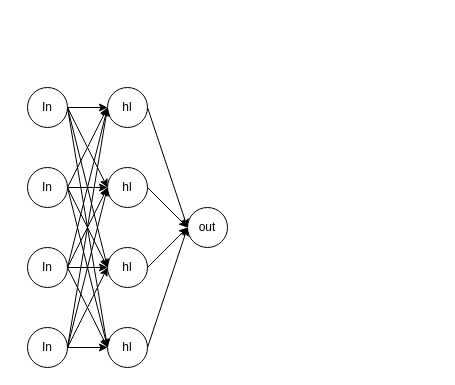
Before: ptf/Untitled Diagram.drawio in ItsaiKara/machineLearning, a draw.io diagram. Source tidied: cells renumbered, new cells numbered last; positions are measured from the earlier drawing's top-left corner, leaving out a move shared by most shapes. Both pictures are drawn from the tidied source at 100%, with x=0, y=0 at pixel (27, 87).
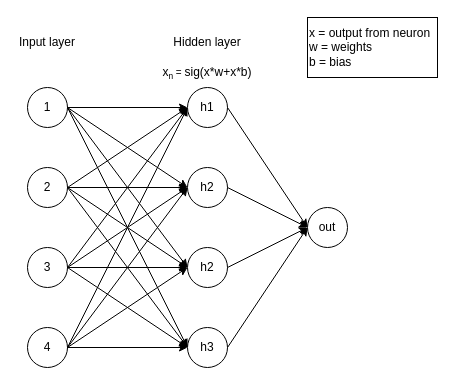
Above is the later version.

What changed in the source:
```diff
@@
+    <mxCell id="3" value="1" style="ellipse;whiteSpace=wrap;html=1;" parent="1" vertex="1">
+      <mxGeometry width="40" height="40" as="geometry" />
+    </mxCell>
+    <mxCell id="5" value="2" style="ellipse;whiteSpace=wrap;html=1;" parent="1" vertex="1">
+      <mxGeometry y="80" width="40" height="40" as="geometry" />
+    </mxCell>
+    <mxCell id="7" value="3" style="ellipse;whiteSpace=wrap;html=1;" parent="1" vertex="1">
+      <mxGeometry y="160" width="40" height="40" as="geometry" />
+    </mxCell>
+    <mxCell id="9" value="4" style="ellipse;whiteSpace=wrap;html=1;" parent="1" vertex="1">
+      <mxGeometry y="240" width="40" height="40" as="geometry" />
+    </mxCell>
+    <mxCell id="13" value="h3" style="ellipse;whiteSpace=wrap;html=1;" parent="1" vertex="1">
+      <mxGeometry x="160" y="240" width="40" height="40" as="geometry" />
+    </mxCell>
+    <mxCell id="14" value="out" style="ellipse;whiteSpace=wrap;html=1;" parent="1" vertex="1">
+      <mxGeometry x="280" y="120" width="40" height="40" as="geometry" />
+    </mxCell>
-    <mxCell id="2" style="edgeStyle=orthogonalEdgeStyle;rounded=0;jettySize=auto;html=1;exitX=1;exitY=0.5;exitDx=0;exitDy=0;entryX=0;entryY=0.5;entryDx=0;entryDy=0;" parent="1" edge="1" source="3" target="10">
+    <mxCell id="2" style="endArrow=classic;html=1;rounded=0;exitX=1;exitY=0.5;exitDx=0;exitDy=0;entryX=0;entryY=0.5;entryDx=0;entryDy=0;" parent="1" edge="1" source="3" target="10">
       <mxGeometry relative="1" as="geometry" />
     </mxCell>
-    <mxCell id="3" value="In" style="ellipse;whiteSpace=wrap;html=1;" parent="1" vertex="1">
-      <mxGeometry width="40" height="40" as="geometry" />
-    </mxCell>
-    <mxCell id="4" style="edgeStyle=orthogonalEdgeStyle;rounded=0;jettySize=auto;html=1;exitX=1;exitY=0.5;exitDx=0;exitDy=0;entryX=0;entryY=0.5;entryDx=0;entryDy=0;" parent="1" edge="1" source="5" target="11">
+    <mxCell id="4" style="endArrow=classic;html=1;rounded=0;exitX=1;exitY=0.5;exitDx=0;exitDy=0;entryX=0;entryY=0.5;entryDx=0;entryDy=0;" parent="1" edge="1" source="5" target="11">
       <mxGeometry relative="1" as="geometry" />
     </mxCell>
-    <mxCell id="5" value="In" style="ellipse;whiteSpace=wrap;html=1;" parent="1" vertex="1">
-      <mxGeometry y="80" width="40" height="40" as="geometry" />
-    </mxCell>
-    <mxCell id="6" style="edgeStyle=orthogonalEdgeStyle;rounded=0;jettySize=auto;html=1;exitX=1;exitY=0.5;exitDx=0;exitDy=0;" parent="1" edge="1" source="7" target="12">
+    <mxCell id="6" style="endArrow=classic;html=1;rounded=0;exitX=1;exitY=0.5;exitDx=0;exitDy=0;entryX=0;entryY=0.5;entryDx=0;entryDy=0;" parent="1" edge="1" source="7" target="12">
       <mxGeometry relative="1" as="geometry" />
     </mxCell>
-    <mxCell id="7" value="In" style="ellipse;whiteSpace=wrap;html=1;" parent="1" vertex="1">
-      <mxGeometry y="160" width="40" height="40" as="geometry" />
-    </mxCell>
-    <mxCell id="8" style="edgeStyle=orthogonalEdgeStyle;rounded=0;jettySize=auto;html=1;exitX=1;exitY=0.5;exitDx=0;exitDy=0;" parent="1" edge="1" source="9" target="13">
+    <mxCell id="8" style="endArrow=classic;html=1;rounded=0;exitX=1;exitY=0.5;exitDx=0;exitDy=0;entryX=0;entryY=0.5;entryDx=0;entryDy=0;" parent="1" edge="1" source="9" target="13">
       <mxGeometry relative="1" as="geometry" />
     </mxCell>
-    <mxCell id="9" value="In" style="ellipse;whiteSpace=wrap;html=1;" parent="1" vertex="1">
-      <mxGeometry y="240" width="40" height="40" as="geometry" />
-    </mxCell>
+    <mxCell id="31" style="endArrow=classic;html=1;rounded=0;exitX=1;exitY=0.5;exitDx=0;exitDy=0;entryX=0;entryY=0.5;entryDx=0;entryDy=0;" parent="1" edge="1" source="9" target="12">
+      <mxGeometry relative="1" as="geometry" />
+    </mxCell>
+    <mxCell id="32" style="endArrow=classic;html=1;rounded=0;exitX=1;exitY=0.5;exitDx=0;exitDy=0;entryX=0;entryY=0.5;entryDx=0;entryDy=0;" parent="1" edge="1" source="9" target="11">
+      <mxGeometry relative="1" as="geometry" />
+    </mxCell>
+    <mxCell id="33" style="endArrow=classic;html=1;rounded=0;exitX=1;exitY=0.5;exitDx=0;exitDy=0;entryX=0;entryY=0.5;entryDx=0;entryDy=0;" parent="1" edge="1" source="9" target="10">
+      <mxGeometry relative="1" as="geometry" />
+    </mxCell>
+    <mxCell id="34" style="endArrow=classic;html=1;rounded=0;exitX=1;exitY=0.5;exitDx=0;exitDy=0;entryX=0;entryY=0.5;entryDx=0;entryDy=0;" parent="1" edge="1" source="7" target="13">
+      <mxGeometry relative="1" as="geometry" />
+    </mxCell>
+    <mxCell id="35" style="endArrow=classic;html=1;rounded=0;exitX=1;exitY=0.5;exitDx=0;exitDy=0;entryX=0;entryY=0.5;entryDx=0;entryDy=0;" parent="1" edge="1" source="7" target="11">
+      <mxGeometry relative="1" as="geometry" />
+    </mxCell>
+    <mxCell id="36" style="endArrow=classic;html=1;rounded=0;exitX=1;exitY=0.5;exitDx=0;exitDy=0;entryX=0;entryY=0.5;entryDx=0;entryDy=0;" parent="1" edge="1" source="7" target="10">
+      <mxGeometry relative="1" as="geometry" />
+    </mxCell>
+    <mxCell id="37" style="endArrow=classic;html=1;rounded=0;exitX=1;exitY=0.5;exitDx=0;exitDy=0;entryX=0;entryY=0.5;entryDx=0;entryDy=0;" parent="1" edge="1" source="5" target="13">
+      <mxGeometry relative="1" as="geometry" />
+    </mxCell>
+    <mxCell id="38" style="endArrow=classic;html=1;rounded=0;exitX=1;exitY=0.5;exitDx=0;exitDy=0;entryX=0;entryY=0.5;entryDx=0;entryDy=0;" parent="1" edge="1" source="5" target="12">
+      <mxGeometry relative="1" as="geometry" />
+    </mxCell>
+    <mxCell id="39" style="endArrow=classic;html=1;rounded=0;exitX=1;exitY=0.5;exitDx=0;exitDy=0;entryX=0;entryY=0.5;entryDx=0;entryDy=0;" parent="1" edge="1" source="5" target="10">
+      <mxGeometry relative="1" as="geometry" />
+    </mxCell>
+    <mxCell id="40" style="endArrow=classic;html=1;rounded=0;exitX=1;exitY=0.5;exitDx=0;exitDy=0;entryX=0;entryY=0.5;entryDx=0;entryDy=0;" parent="1" edge="1" source="3" target="11">
+      <mxGeometry relative="1" as="geometry" />
+    </mxCell>
+    <mxCell id="41" style="endArrow=classic;html=1;rounded=0;exitX=1;exitY=0.5;exitDx=0;exitDy=0;entryX=0;entryY=0.5;entryDx=0;entryDy=0;" parent="1" edge="1" source="3" target="12">
+      <mxGeometry relative="1" as="geometry" />
+    </mxCell>
+    <mxCell id="26" style="endArrow=classic;html=1;rounded=0;exitX=1;exitY=0.5;exitDx=0;exitDy=0;entryX=0;entryY=0.5;entryDx=0;entryDy=0;" parent="1" edge="1" source="3" target="13">
+      <mxGeometry relative="1" as="geometry" />
+    </mxCell>
+    <mxCell id="42" value="Input layer" style="text;html=1;strokeColor=none;fillColor=none;align=center;verticalAlign=middle;whiteSpace=wrap;rounded=0;" parent="1" vertex="1">
+      <mxGeometry x="-10" y="-60" width="60" height="30" as="geometry" />
+    </mxCell>
+    <mxCell id="43" value="Hidden layer" style="text;html=1;strokeColor=none;fillColor=none;align=center;verticalAlign=middle;whiteSpace=wrap;rounded=0;" parent="1" vertex="1">
+      <mxGeometry x="140" y="-60" width="80" height="30" as="geometry" />
+    </mxCell>
+    <mxCell id="44" value="x&lt;span style=&quot;font-size: 10px&quot;&gt;&lt;sub&gt;n&lt;/sub&gt;&amp;nbsp;=&amp;nbsp;&lt;/span&gt;sig(x*w+x*b)" style="text;html=1;strokeColor=none;fillColor=none;align=center;verticalAlign=middle;whiteSpace=wrap;rounded=0;" parent="1" vertex="1">
+      <mxGeometry x="120" y="-30" width="120" height="30" as="geometry" />
+    </mxCell>
+    <mxCell id="45" style="group;" parent="1" vertex="1">
+      <mxGeometry x="280" y="-70" width="130" height="60" as="geometry" />
+    </mxCell>
+    <mxCell id="46" value="x = output from neuron&lt;br&gt;w = weights&lt;br&gt;b = bias" style="text;html=1;strokeColor=none;fillColor=none;align=left;verticalAlign=middle;whiteSpace=wrap;rounded=0;" parent="45" vertex="1">
+      <mxGeometry y="10" width="130" height="40" as="geometry" />
+    </mxCell>
+    <mxCell id="47" style="rounded=0;whiteSpace=wrap;html=1;fillColor=none;" parent="45" vertex="1">
+      <mxGeometry width="130" height="60" as="geometry" />
+    </mxCell>
+    <mxCell id="48" style="group;" parent="1" vertex="1">
+      <mxGeometry x="160" width="40" height="260" as="geometry" />
+    </mxCell>
-    <mxCell id="10" value="hl" style="ellipse;whiteSpace=wrap;html=1;" parent="1" vertex="1">
-      <mxGeometry x="80" width="40" height="40" as="geometry" />
+    <mxCell id="10" value="h1" style="ellipse;whiteSpace=wrap;html=1;" parent="48" vertex="1">
+      <mxGeometry width="40" height="40" as="geometry" />
     </mxCell>
-    <mxCell id="11" value="hl" style="ellipse;whiteSpace=wrap;html=1;" parent="1" vertex="1">
-      <mxGeometry x="80" y="80" width="40" height="40" as="geometry" />
+    <mxCell id="11" value="h2" style="ellipse;whiteSpace=wrap;html=1;" parent="48" vertex="1">
+      <mxGeometry y="80" width="40" height="40" as="geometry" />
     </mxCell>
-    <mxCell id="12" value="hl" style="ellipse;whiteSpace=wrap;html=1;" parent="1" vertex="1">
-      <mxGeometry x="80" y="160" width="40" height="40" as="geometry" />
+    <mxCell id="12" value="h2" style="ellipse;whiteSpace=wrap;html=1;" parent="48" vertex="1">
+      <mxGeometry y="160" width="40" height="40" as="geometry" />
     </mxCell>
-    <mxCell id="13" value="hl" style="ellipse;whiteSpace=wrap;html=1;" parent="1" vertex="1">
-      <mxGeometry x="80" y="240" width="40" height="40" as="geometry" />
-    </mxCell>
-    <mxCell id="14" value="out" style="ellipse;whiteSpace=wrap;html=1;" parent="1" vertex="1">
-      <mxGeometry x="160" y="120" width="40" height="40" as="geometry" />
-    </mxCell>
-    <mxCell id="15" style="endArrow=classic;html=1;entryX=0;entryY=0.5;entryDx=0;entryDy=0;" parent="1" edge="1" target="11">
-      <mxGeometry relative="1" as="geometry">
-        <mxPoint x="40" y="20" as="sourcePoint" />
-      </mxGeometry>
-    </mxCell>
-    <mxCell id="16" style="endArrow=classic;html=1;entryX=0;entryY=0.5;entryDx=0;entryDy=0;" parent="1" edge="1">
-      <mxGeometry relative="1" as="geometry">
-        <mxPoint x="40" y="100" as="sourcePoint" />
-        <mxPoint x="80" y="180" as="targetPoint" />
-      </mxGeometry>
-    </mxCell>
-    <mxCell id="17" style="endArrow=classic;html=1;entryX=0;entryY=0.5;entryDx=0;entryDy=0;" parent="1" edge="1" target="12">
-      <mxGeometry relative="1" as="geometry">
-        <mxPoint x="40" y="260" as="sourcePoint" />
-      </mxGeometry>
-    </mxCell>
-    <mxCell id="18" style="endArrow=classic;html=1;entryX=0;entryY=0.5;entryDx=0;entryDy=0;" parent="1" edge="1" target="10">
-      <mxGeometry relative="1" as="geometry">
-        <mxPoint x="40" y="100" as="sourcePoint" />
-      </mxGeometry>
-    </mxCell>
-    <mxCell id="19" style="endArrow=classic;html=1;entryX=0;entryY=0.5;entryDx=0;entryDy=0;" parent="1" edge="1">
-      <mxGeometry relative="1" as="geometry">
-        <mxPoint x="40" y="180" as="sourcePoint" />
-        <mxPoint x="80" y="260" as="targetPoint" />
-      </mxGeometry>
-    </mxCell>
-    <mxCell id="20" style="endArrow=classic;html=1;entryX=0;entryY=0.5;entryDx=0;entryDy=0;" parent="1" edge="1">
-      <mxGeometry relative="1" as="geometry">
-        <mxPoint x="40" y="180" as="sourcePoint" />
-        <mxPoint x="80" y="100" as="targetPoint" />
-      </mxGeometry>
-    </mxCell>
-    <mxCell id="21" style="endArrow=classic;html=1;entryX=0;entryY=0.5;entryDx=0;entryDy=0;" parent="1" edge="1" target="11">
-      <mxGeometry relative="1" as="geometry">
-        <mxPoint x="40" y="260" as="sourcePoint" />
-      </mxGeometry>
-    </mxCell>
-    <mxCell id="22" style="endArrow=classic;html=1;entryX=0;entryY=0.5;entryDx=0;entryDy=0;" parent="1" edge="1">
-      <mxGeometry relative="1" as="geometry">
-        <mxPoint x="40" y="180" as="sourcePoint" />
-        <mxPoint x="80" y="20" as="targetPoint" />
-      </mxGeometry>
-    </mxCell>
-    <mxCell id="23" style="endArrow=classic;html=1;" parent="1" edge="1">
-      <mxGeometry relative="1" as="geometry">
-        <mxPoint x="40" y="20" as="sourcePoint" />
-        <mxPoint x="80" y="180" as="targetPoint" />
-      </mxGeometry>
-    </mxCell>
-    <mxCell id="24" style="endArrow=classic;html=1;" parent="1" edge="1">
-      <mxGeometry relative="1" as="geometry">
-        <mxPoint x="40" y="100" as="sourcePoint" />
-        <mxPoint x="80" y="260" as="targetPoint" />
-      </mxGeometry>
-    </mxCell>
-    <mxCell id="25" style="endArrow=classic;html=1;entryX=0;entryY=0.5;entryDx=0;entryDy=0;" parent="1" edge="1" target="10">
-      <mxGeometry relative="1" as="geometry">
-        <mxPoint x="40" y="260" as="sourcePoint" />
-      </mxGeometry>
-    </mxCell>
-    <mxCell id="26" style="endArrow=classic;html=1;exitX=1;exitY=0.5;exitDx=0;exitDy=0;entryX=0;entryY=0.5;entryDx=0;entryDy=0;" parent="1" edge="1" source="3" target="13">
-      <mxGeometry relative="1" as="geometry" />
-    </mxCell>
-    <mxCell id="27" style="endArrow=classic;html=1;entryX=0;entryY=0.5;entryDx=0;entryDy=0;" parent="1" edge="1" target="14">
-      <mxGeometry relative="1" as="geometry">
-        <mxPoint x="120" y="20" as="sourcePoint" />
-      </mxGeometry>
-    </mxCell>
-    <mxCell id="28" style="endArrow=classic;html=1;entryX=0;entryY=0.5;entryDx=0;entryDy=0;" parent="1" edge="1" target="14">
-      <mxGeometry relative="1" as="geometry">
-        <mxPoint x="120" y="260" as="sourcePoint" />
-      </mxGeometry>
-    </mxCell>
-    <mxCell id="29" style="endArrow=classic;html=1;" parent="1" edge="1">
-      <mxGeometry relative="1" as="geometry">
-        <mxPoint x="120" y="180" as="sourcePoint" />
-        <mxPoint x="160" y="140" as="targetPoint" />
-      </mxGeometry>
-    </mxCell>
-    <mxCell id="30" style="endArrow=classic;html=1;" parent="1" edge="1">
-      <mxGeometry relative="1" as="geometry">
-        <mxPoint x="120" y="100" as="sourcePoint" />
-        <mxPoint x="160" y="140" as="targetPoint" />
-      </mxGeometry>
-    </mxCell>
+    <mxCell id="49" style="endArrow=classic;html=1;rounded=0;entryX=0;entryY=0.5;entryDx=0;entryDy=0;" parent="48" edge="1" target="14">
+      <mxGeometry relative="1" as="geometry">
+        <mxPoint x="40" y="20" as="sourcePoint" />
+      </mxGeometry>
+    </mxCell>
+    <mxCell id="50" style="endArrow=classic;html=1;rounded=0;exitX=1;exitY=0.5;exitDx=0;exitDy=0;entryX=0;entryY=0.5;entryDx=0;entryDy=0;" parent="48" edge="1" target="14">
+      <mxGeometry relative="1" as="geometry">
+        <mxPoint x="40" y="100" as="sourcePoint" />
+      </mxGeometry>
+    </mxCell>
+    <mxCell id="51" style="endArrow=classic;html=1;rounded=0;exitX=1;exitY=0.5;exitDx=0;exitDy=0;entryX=0;entryY=0.5;entryDx=0;entryDy=0;" parent="48" edge="1" target="14">
+      <mxGeometry relative="1" as="geometry">
+        <mxPoint x="40" y="180" as="sourcePoint" />
+      </mxGeometry>
+    </mxCell>
+    <mxCell id="52" style="endArrow=classic;html=1;rounded=0;exitX=1;exitY=0.5;exitDx=0;exitDy=0;entryX=0;entryY=0.5;entryDx=0;entryDy=0;" parent="48" edge="1" target="14">
+      <mxGeometry relative="1" as="geometry">
+        <mxPoint x="40" y="260" as="sourcePoint" />
+      </mxGeometry>
+    </mxCell>
```
